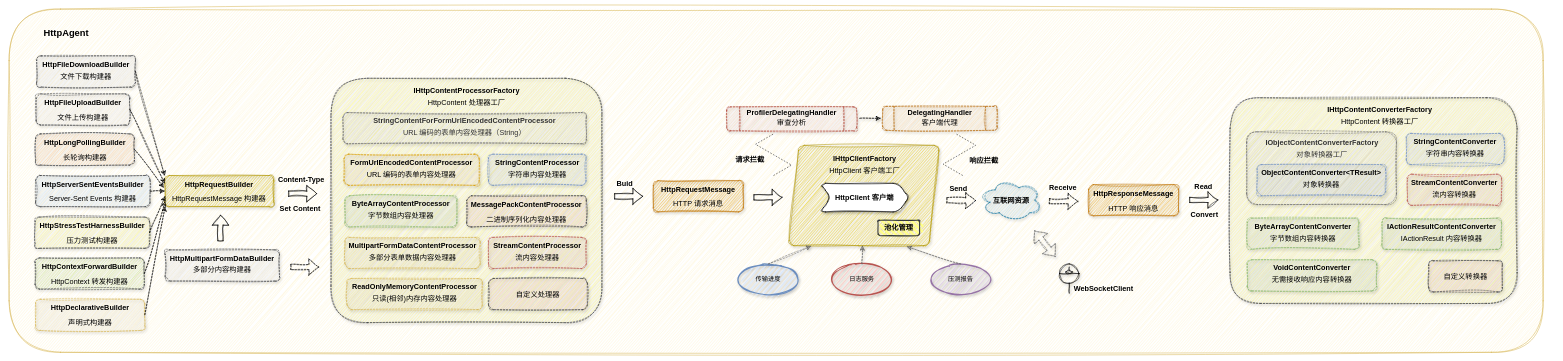
Earlier version of the draw.io diagram drawio/HttpAgent.drawio (MonkSoul/HttpAgent). Source tidied: cells renumbered, new cells numbered last; positions are measured from the earlier drawing's top-left corner, leaving out a move shared by most shapes. Both pictures are drawn from the tidied source at 52%, with x=0, y=0 at pixel (9, 9).
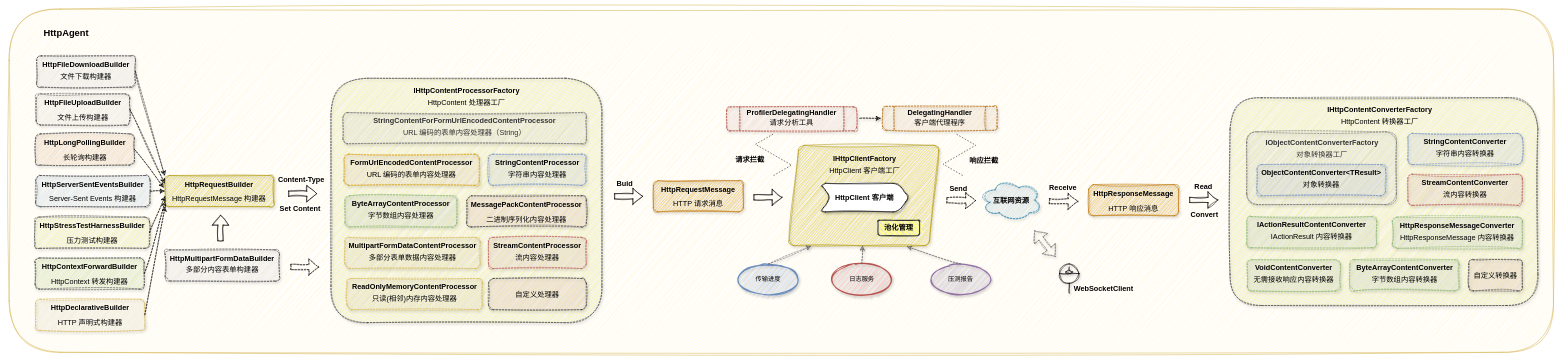
Above is the later version.

Commit message (it also covers changes not shown here):
😊 新增 `HttpResponseMessage` 转换器

Diff of the diagram source:
```diff
@@
     <mxCell id="2" style="rounded=1;whiteSpace=wrap;html=1;sketch=1;curveFitting=1;jiggle=2;fillColor=#fff2cc;strokeColor=#d6b656;" parent="1" vertex="1">
-      <mxGeometry width="2950" height="660" as="geometry" />
+      <mxGeometry width="2970" height="660" as="geometry" />
     </mxCell>
     <mxCell id="3" style="rounded=1;whiteSpace=wrap;html=1;fontSize=14;fontStyle=1;labelBackgroundColor=none;glass=0;shadow=1;sketch=1;curveFitting=1;jiggle=2;dashed=1;fillColor=#ffff88;strokeColor=#36393d;" parent="1" vertex="1">
-      <mxGeometry x="2348" y="170.5" width="552" height="395.5" as="geometry" />
+      <mxGeometry x="2348" y="170.5" width="592" height="399.5" as="geometry" />
     </mxCell>
@@
     <mxCell id="30" value="ByteArrayContentConverter&lt;div style=&quot;line-height: 200%;&quot;&gt;&lt;span style=&quot;font-weight: 400;&quot;&gt;字节数组内容转换器&lt;/span&gt;&lt;br&gt;&lt;/div&gt;" style="rounded=1;whiteSpace=wrap;html=1;fontSize=14;fontStyle=1;labelBackgroundColor=none;glass=0;shadow=1;sketch=1;curveFitting=1;jiggle=2;fillColor=#d5e8d4;strokeColor=#82b366;dashed=1;" parent="1" vertex="1">
-      <mxGeometry x="2381" y="402" width="215" height="60" as="geometry" />
+      <mxGeometry x="2578.5" y="482" width="210" height="60" as="geometry" />
     </mxCell>
     <mxCell id="31" value="StreamContentConverter&lt;div style=&quot;line-height: 200%;&quot;&gt;&lt;span style=&quot;font-weight: 400;&quot;&gt;流内容转换器&lt;/span&gt;&lt;br&gt;&lt;/div&gt;" style="rounded=1;whiteSpace=wrap;html=1;fontSize=14;fontStyle=1;labelBackgroundColor=none;glass=0;shadow=1;sketch=1;curveFitting=1;jiggle=2;fillColor=#f8cecc;strokeColor=#b85450;dashed=1;" parent="1" vertex="1">
-      <mxGeometry x="2689" y="317.5" width="181" height="60" as="geometry" />
+      <mxGeometry x="2690" y="317.5" width="220" height="60" as="geometry" />
     </mxCell>
@@
     <mxCell id="33" value="StringContentConverter&lt;div style=&quot;line-height: 200%;&quot;&gt;&lt;span style=&quot;font-weight: 400;&quot;&gt;字符串内容转换器&lt;/span&gt;&lt;br&gt;&lt;/div&gt;" style="rounded=1;whiteSpace=wrap;html=1;fontSize=14;fontStyle=1;labelBackgroundColor=none;glass=0;shadow=1;sketch=1;curveFitting=1;jiggle=2;fillColor=#dae8fc;strokeColor=#6c8ebf;dashed=1;" parent="1" vertex="1">
-      <mxGeometry x="2687" y="239" width="187.5" height="60" as="geometry" />
+      <mxGeometry x="2690" y="239" width="220" height="60" as="geometry" />
     </mxCell>
@@
     <mxCell id="35" value="&lt;div style=&quot;line-height: 200%;&quot;&gt;&lt;span style=&quot;font-weight: 400;&quot;&gt;自定义转换器&lt;/span&gt;&lt;br&gt;&lt;/div&gt;" style="rounded=1;whiteSpace=wrap;html=1;fontSize=14;fontStyle=1;labelBackgroundColor=none;glass=0;shadow=1;sketch=1;curveFitting=1;jiggle=2;fillColor=#ffcccc;strokeColor=#36393d;dashed=1;" parent="1" vertex="1">
-      <mxGeometry x="2730" y="484" width="141.5" height="60" as="geometry" />
+      <mxGeometry x="2807" y="482" width="103" height="60" as="geometry" />
     </mxCell>
@@
-    <mxCell id="46" value="&lt;b&gt;&lt;font style=&quot;font-size: 14px;&quot;&gt;DelegatingHandler&lt;/font&gt;&lt;/b&gt;&lt;div style=&quot;line-height: 170%;&quot;&gt;&lt;span style=&quot;font-size: 14px;&quot;&gt;客户端代理&lt;/span&gt;&lt;/div&gt;" style="shape=process;whiteSpace=wrap;html=1;backgroundOutline=1;rounded=1;sketch=1;curveFitting=1;jiggle=2;shadow=1;dashed=1;fillColor=#fad7ac;strokeColor=#b46504;" parent="1" vertex="1">
+    <mxCell id="46" value="&lt;b&gt;&lt;font style=&quot;font-size: 14px;&quot;&gt;DelegatingHandler&lt;/font&gt;&lt;/b&gt;&lt;div style=&quot;line-height: 170%;&quot;&gt;&lt;span style=&quot;font-size: 14px;&quot;&gt;客户端代理程序&lt;/span&gt;&lt;/div&gt;" style="shape=process;whiteSpace=wrap;html=1;backgroundOutline=1;rounded=1;sketch=1;curveFitting=1;jiggle=2;shadow=1;dashed=1;fillColor=#fad7ac;strokeColor=#b46504;" parent="1" vertex="1">
       <mxGeometry x="1680" y="187" width="220" height="46" as="geometry" />
     </mxCell>
-    <mxCell id="47" value="&lt;span style=&quot;font-size: 14px;&quot;&gt;&lt;b&gt;ProfilerDelegatingHandler&lt;/b&gt;&lt;/span&gt;&lt;br&gt;&lt;div style=&quot;line-height: 170%;&quot;&gt;&lt;span style=&quot;font-size: 14px;&quot;&gt;审查分析&lt;/span&gt;&lt;/div&gt;" style="shape=process;whiteSpace=wrap;html=1;backgroundOutline=1;rounded=1;sketch=1;curveFitting=1;jiggle=2;shadow=1;dashed=1;fillColor=#fad9d5;strokeColor=#ae4132;" parent="1" vertex="1">
+    <mxCell id="47" value="&lt;span style=&quot;font-size: 14px;&quot;&gt;&lt;b&gt;ProfilerDelegatingHandler&lt;/b&gt;&lt;/span&gt;&lt;br&gt;&lt;div style=&quot;line-height: 170%;&quot;&gt;&lt;span style=&quot;font-size: 14px;&quot;&gt;请求分析工具&lt;/span&gt;&lt;/div&gt;" style="shape=process;whiteSpace=wrap;html=1;backgroundOutline=1;rounded=1;sketch=1;curveFitting=1;jiggle=2;shadow=1;dashed=1;fillColor=#fad9d5;strokeColor=#ae4132;" parent="1" vertex="1">
       <mxGeometry x="1380" y="188" width="250" height="46" as="geometry" />
     </mxCell>
@@
     <mxCell id="51" value="IActionResultContentConverter&lt;div style=&quot;line-height: 200%;&quot;&gt;&lt;span style=&quot;font-weight: 400;&quot;&gt;IActionResult 内容转换器&lt;/span&gt;&lt;br&gt;&lt;/div&gt;" style="rounded=1;whiteSpace=wrap;html=1;fontSize=14;fontStyle=1;labelBackgroundColor=none;glass=0;shadow=1;sketch=1;curveFitting=1;jiggle=2;fillColor=#d5e8d4;strokeColor=#82b366;dashed=1;" parent="1" vertex="1">
-      <mxGeometry x="2640" y="402" width="230" height="60" as="geometry" />
+      <mxGeometry x="2380" y="399" width="250" height="60" as="geometry" />
     </mxCell>
@@
-    <mxCell id="55" value="HttpMultipartFormDataBuilder&lt;br&gt;&lt;div style=&quot;line-height: 200%;&quot;&gt;&lt;span style=&quot;background-color: initial; font-weight: 400;&quot;&gt;多部分内容&lt;/span&gt;&lt;span style=&quot;font-weight: normal;&quot;&gt;构建器&lt;/span&gt;&lt;/div&gt;" style="rounded=1;whiteSpace=wrap;html=1;fontSize=14;fontStyle=1;labelBackgroundColor=none;glass=0;shadow=1;sketch=1;curveFitting=1;jiggle=2;fillColor=#eeeeee;strokeColor=#36393d;dashed=1;" parent="1" vertex="1">
+    <mxCell id="55" value="HttpMultipartFormDataBuilder&lt;br&gt;&lt;div style=&quot;line-height: 200%;&quot;&gt;&lt;span style=&quot;background-color: initial; font-weight: 400;&quot;&gt;多部分内容表单&lt;/span&gt;&lt;span style=&quot;font-weight: normal;&quot;&gt;构建器&lt;/span&gt;&lt;/div&gt;" style="rounded=1;whiteSpace=wrap;html=1;fontSize=14;fontStyle=1;labelBackgroundColor=none;glass=0;shadow=1;sketch=1;curveFitting=1;jiggle=2;fillColor=#eeeeee;strokeColor=#36393d;dashed=1;" parent="1" vertex="1">
       <mxGeometry x="300" y="463" width="220" height="60" as="geometry" />
     </mxCell>
@@
-    <mxCell id="74" value="&lt;div style=&quot;line-height: 200%;&quot;&gt;HttpDeclarativeBuilder&lt;br&gt;&lt;/div&gt;&lt;div style=&quot;line-height: 200%;&quot;&gt;&lt;span style=&quot;background-color: initial; font-weight: 400;&quot;&gt;声明式构建器&lt;/span&gt;&lt;br&gt;&lt;/div&gt;" style="rounded=1;whiteSpace=wrap;html=1;fontSize=14;fontStyle=1;labelBackgroundColor=none;glass=0;shadow=1;sketch=1;curveFitting=1;jiggle=2;fillColor=#fff2cc;strokeColor=#d6b656;dashed=1;" parent="1" vertex="1">
+    <mxCell id="74" value="&lt;div style=&quot;line-height: 200%;&quot;&gt;HttpDeclarativeBuilder&lt;br&gt;&lt;/div&gt;&lt;div style=&quot;line-height: 200%;&quot;&gt;&lt;span style=&quot;background-color: initial; font-weight: 400;&quot;&gt;HTTP 声明式构建器&lt;/span&gt;&lt;br&gt;&lt;/div&gt;" style="rounded=1;whiteSpace=wrap;html=1;fontSize=14;fontStyle=1;labelBackgroundColor=none;glass=0;shadow=1;sketch=1;curveFitting=1;jiggle=2;fillColor=#fff2cc;strokeColor=#d6b656;dashed=1;" parent="1" vertex="1">
       <mxGeometry x="51" y="558" width="210" height="60" as="geometry" />
     </mxCell>
@@
     <mxCell id="76" value="VoidContentConverter&lt;div style=&quot;line-height: 200%;&quot;&gt;&lt;span style=&quot;font-weight: 400;&quot;&gt;无需接收响应内容转换器&lt;/span&gt;&lt;br&gt;&lt;/div&gt;" style="rounded=1;whiteSpace=wrap;html=1;fontSize=14;fontStyle=1;labelBackgroundColor=none;glass=0;shadow=1;sketch=1;curveFitting=1;jiggle=2;fillColor=#d5e8d4;strokeColor=#82b366;dashed=1;" parent="1" vertex="1">
-      <mxGeometry x="2381" y="482" width="249" height="60" as="geometry" />
+      <mxGeometry x="2381" y="482" width="179" height="60" as="geometry" />
     </mxCell>
@@
     <mxCell id="78" value="&lt;div style=&quot;line-height: 200%;&quot;&gt;&lt;span style=&quot;font-weight: 400;&quot;&gt;自定义处理器&lt;/span&gt;&lt;br&gt;&lt;/div&gt;" style="rounded=1;whiteSpace=wrap;html=1;fontSize=14;fontStyle=1;labelBackgroundColor=none;glass=0;shadow=1;sketch=1;curveFitting=1;jiggle=2;fillColor=#ffcccc;strokeColor=#36393d;dashed=1;" parent="1" vertex="1">
-      <mxGeometry x="922" y="518" width="190" height="60" as="geometry" />
+      <mxGeometry x="922" y="518" width="188" height="60" as="geometry" />
     </mxCell>
@@
+    <mxCell id="80" value="HttpResponseMessageConverter&lt;div style=&quot;line-height: 200%;&quot;&gt;&lt;span style=&quot;font-weight: 400;&quot;&gt;HttpResponseMessage 内容转换器&lt;/span&gt;&lt;br&gt;&lt;/div&gt;" style="rounded=1;whiteSpace=wrap;html=1;fontSize=14;fontStyle=1;labelBackgroundColor=none;glass=0;shadow=1;sketch=1;curveFitting=1;jiggle=2;fillColor=#d5e8d4;strokeColor=#82b366;dashed=1;" parent="1" vertex="1">
+      <mxGeometry x="2660" y="400" width="250" height="60" as="geometry" />
+    </mxCell>
```
